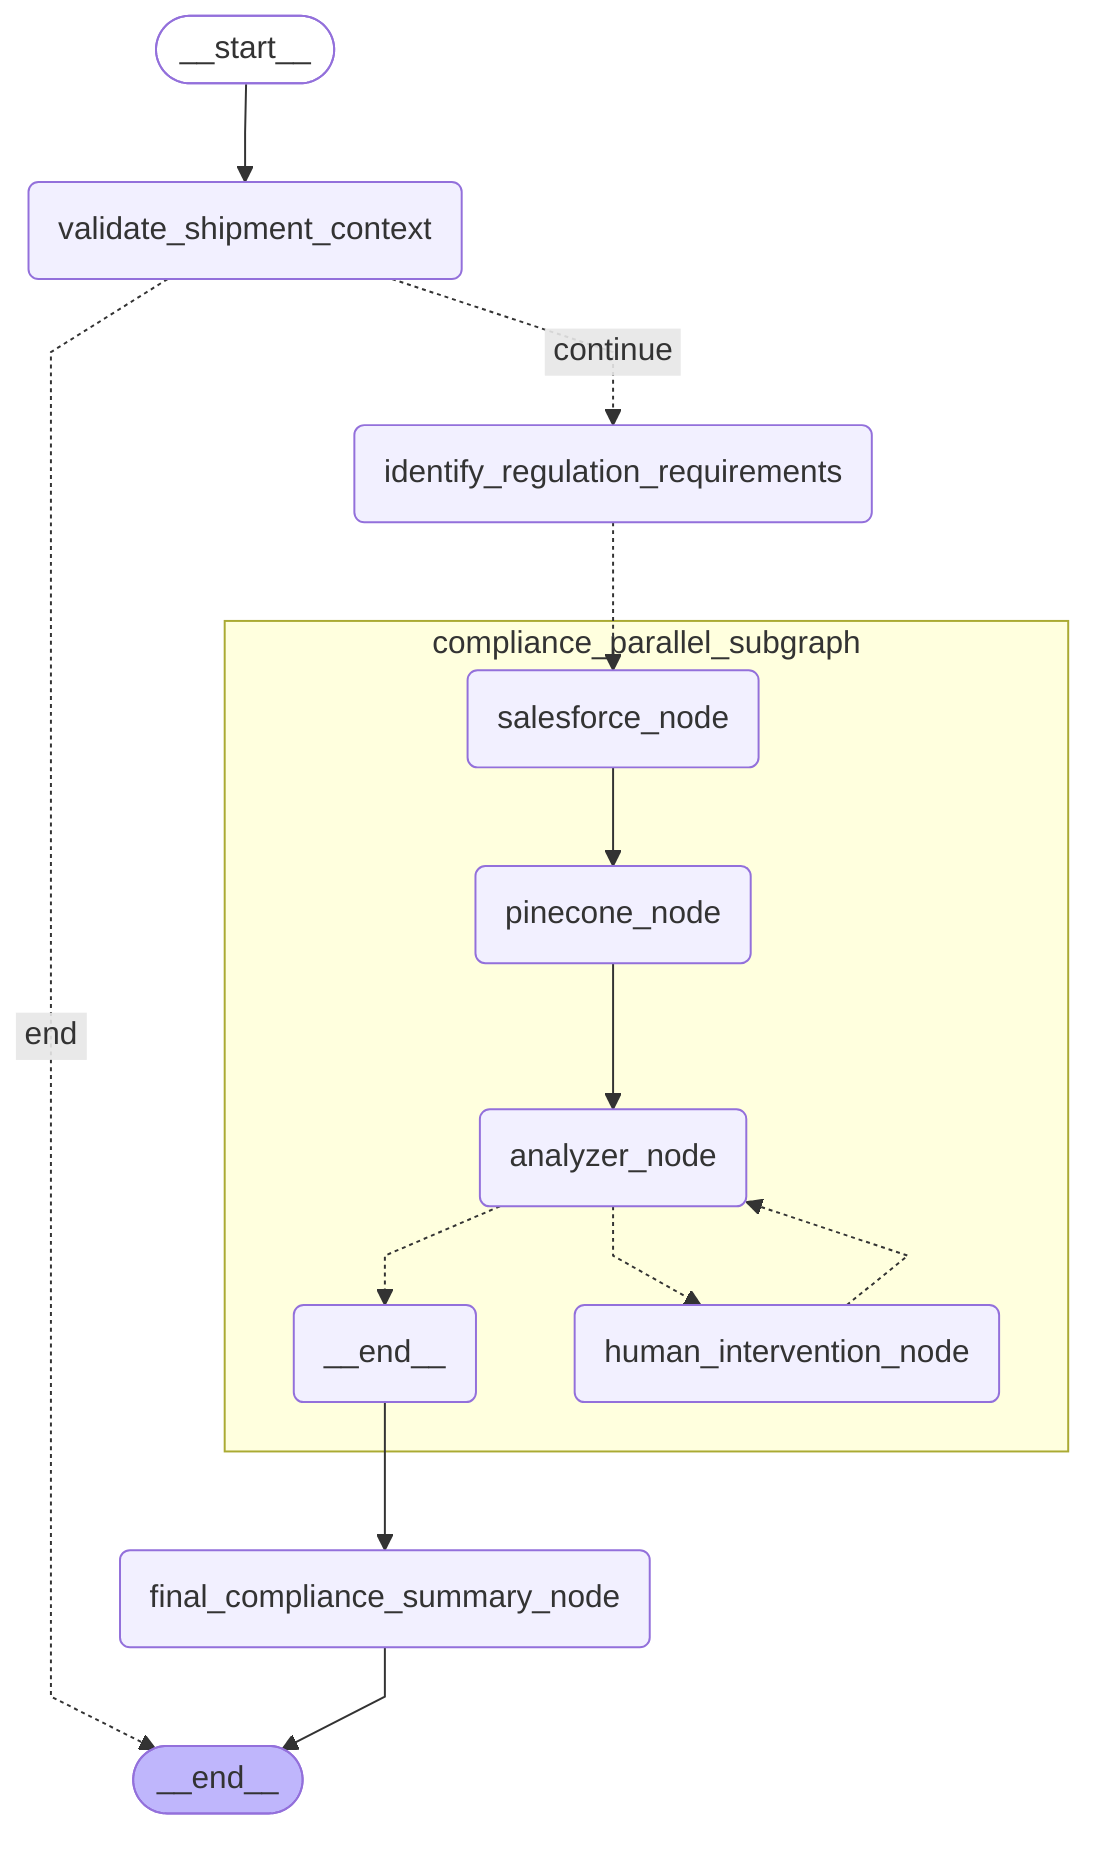
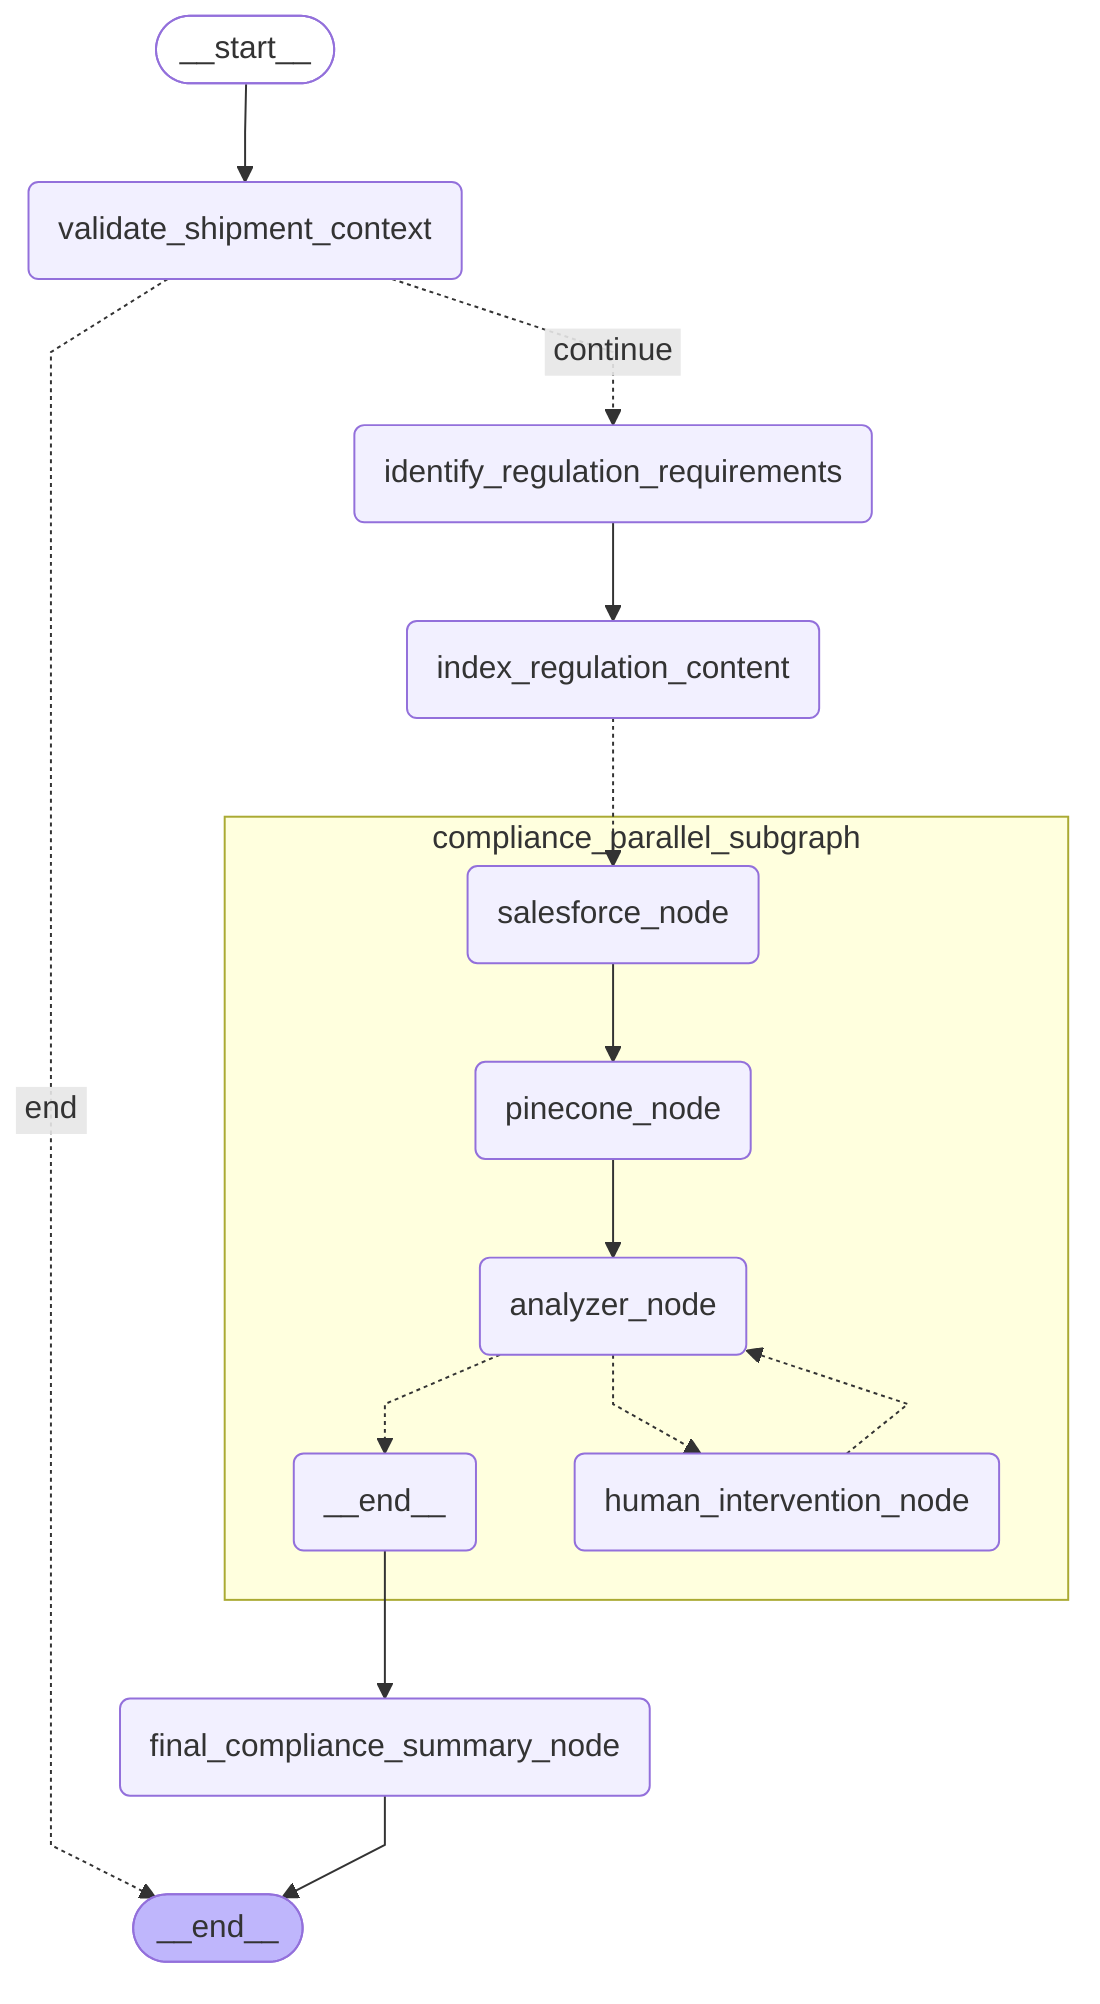
---
config:
  flowchart:
    curve: linear
---
graph TD;
	__start__([<p>__start__</p>]):::first
	validate_shipment_context(validate_shipment_context)
	identify_regulation_requirements(identify_regulation_requirements)
+ 	index_regulation_content(index_regulation_content)
	final_compliance_summary_node(final_compliance_summary_node)
	__end__([<p>__end__</p>]):::last
	__start__ --> validate_shipment_context;
	compliance_parallel_subgraph\3a__end__ --> final_compliance_summary_node;
- 	identify_regulation_requirements -.-> compliance_parallel_subgraph\3asalesforce_node;
+ 	identify_regulation_requirements --> index_regulation_content;
+ 	index_regulation_content -.-> compliance_parallel_subgraph\3asalesforce_node;
	validate_shipment_context -. &nbsp;end&nbsp; .-> __end__;
	validate_shipment_context -. &nbsp;continue&nbsp; .-> identify_regulation_requirements;
	final_compliance_summary_node --> __end__;
	subgraph compliance_parallel_subgraph
	compliance_parallel_subgraph\3asalesforce_node(salesforce_node)
	compliance_parallel_subgraph\3apinecone_node(pinecone_node)
	compliance_parallel_subgraph\3aanalyzer_node(analyzer_node)
	compliance_parallel_subgraph\3ahuman_intervention_node(human_intervention_node)
	compliance_parallel_subgraph\3a__end__(<p>__end__</p>)
	compliance_parallel_subgraph\3aanalyzer_node -.-> compliance_parallel_subgraph\3ahuman_intervention_node;
	compliance_parallel_subgraph\3ahuman_intervention_node -.-> compliance_parallel_subgraph\3aanalyzer_node;
	compliance_parallel_subgraph\3apinecone_node --> compliance_parallel_subgraph\3aanalyzer_node;
	compliance_parallel_subgraph\3asalesforce_node --> compliance_parallel_subgraph\3apinecone_node;
	compliance_parallel_subgraph\3aanalyzer_node -.-> compliance_parallel_subgraph\3a__end__;
	end
	classDef default fill:#f2f0ff,line-height:1.2
	classDef first fill-opacity:0
	classDef last fill:#bfb6fc
